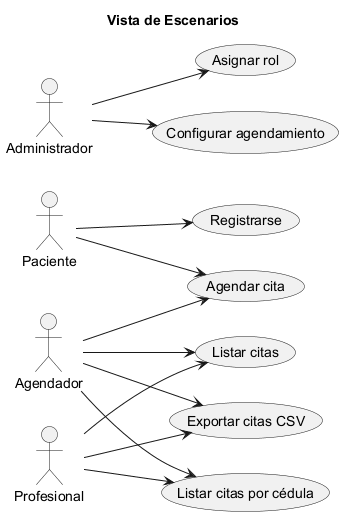
This is docs/4 + 1/vista-escenarios.png from astern22/Piedrazul, a PlantUML export, as it was before one commit.
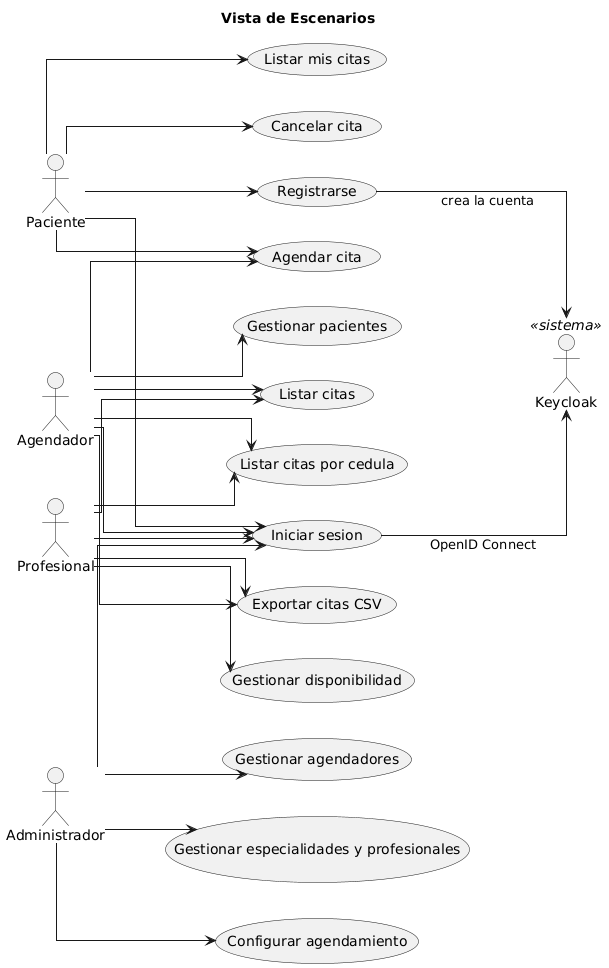
The same diagram one commit later.

What changed in the source:
```diff
@@ -1,19 +1,52 @@
 @startuml
+skinparam linetype ortho
 left to right direction
 title Vista de Escenarios
+
 actor Paciente
 actor Agendador
 actor Profesional
 actor Administrador
-Paciente --> (Registrarse)
-Paciente --> (Agendar cita)
-Agendador --> (Agendar cita)
-Agendador --> (Listar citas)
-Agendador --> (Exportar citas CSV)
-Agendador --> (Listar citas por cédula)
-Profesional --> (Listar citas)
-Profesional --> (Exportar citas CSV)
-Profesional --> (Listar citas por cédula)
-Administrador --> (Asignar rol)
-Administrador --> (Configurar agendamiento)
+actor "Keycloak" as KC <<sistema>>
+
+usecase "Registrarse" as UC_Registrarse
+usecase "Iniciar sesion" as UC_Login
+usecase "Agendar cita" as UC_Agendar
+usecase "Cancelar cita" as UC_Cancelar
+usecase "Listar mis citas" as UC_MisCitas
+usecase "Listar citas" as UC_Listar
+usecase "Listar citas por cedula" as UC_Cedula
+usecase "Exportar citas CSV" as UC_Exportar
+usecase "Gestionar pacientes" as UC_Pacientes
+usecase "Gestionar disponibilidad" as UC_Disponibilidad
+usecase "Gestionar agendadores" as UC_Agendadores
+usecase "Gestionar especialidades y profesionales" as UC_Catalogos
+usecase "Configurar agendamiento" as UC_Configurar
+
+Paciente --> UC_Registrarse
+Paciente --> UC_Login
+Paciente --> UC_Agendar
+Paciente --> UC_Cancelar
+Paciente --> UC_MisCitas
+
+Agendador --> UC_Login
+Agendador --> UC_Agendar
+Agendador --> UC_Listar
+Agendador --> UC_Cedula
+Agendador --> UC_Exportar
+Agendador --> UC_Pacientes
+
+Profesional --> UC_Login
+Profesional --> UC_Listar
+Profesional --> UC_Cedula
+Profesional --> UC_Exportar
+Profesional --> UC_Disponibilidad
+
+Administrador --> UC_Login
+Administrador --> UC_Agendadores
+Administrador --> UC_Catalogos
+Administrador --> UC_Configurar
+
+UC_Login --> KC : OpenID Connect
+UC_Registrarse --> KC : crea la cuenta
 @enduml
```
